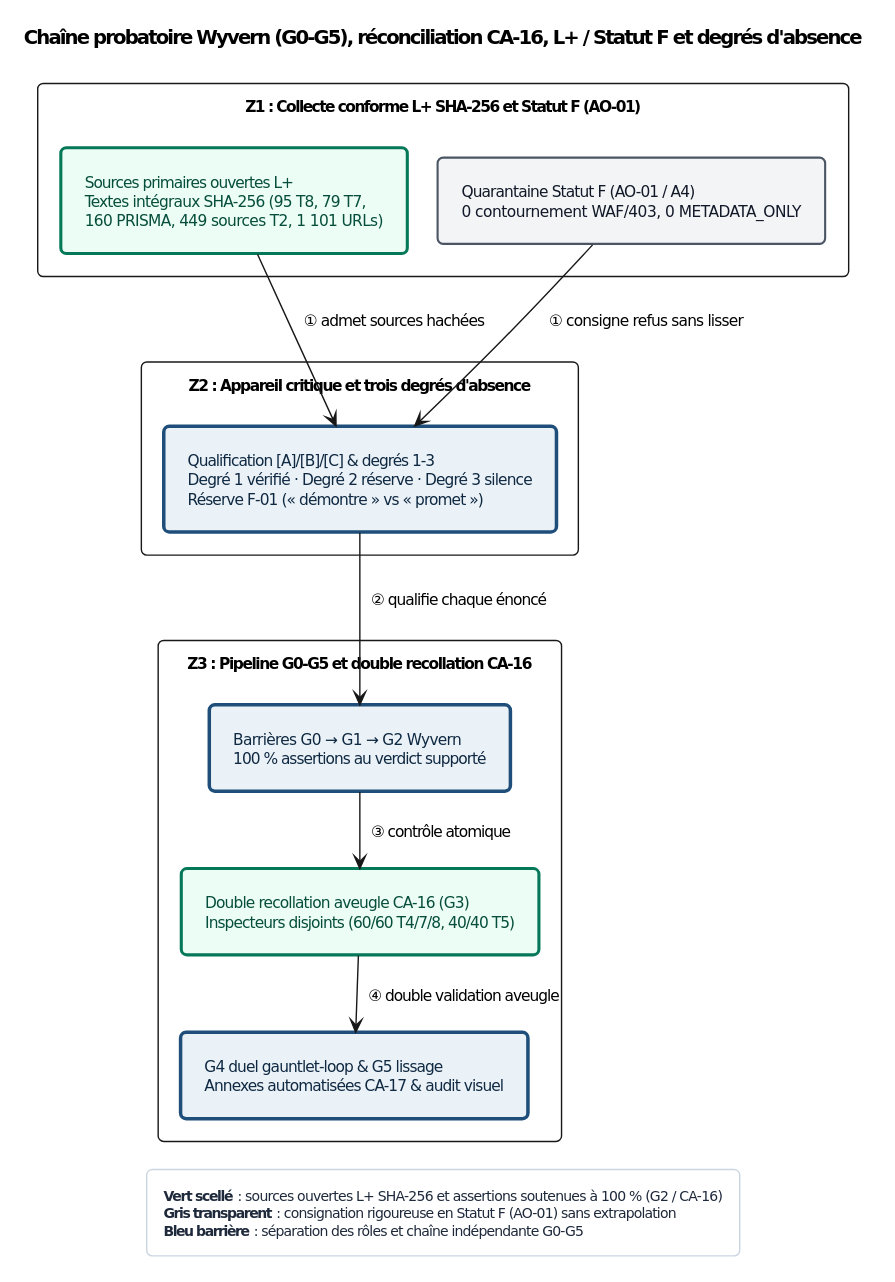
Above: Compendium/ouvrage/schemas/rendus/SCH-36-03.svg in agbruneau/Agentique (PlantUML), before the change.
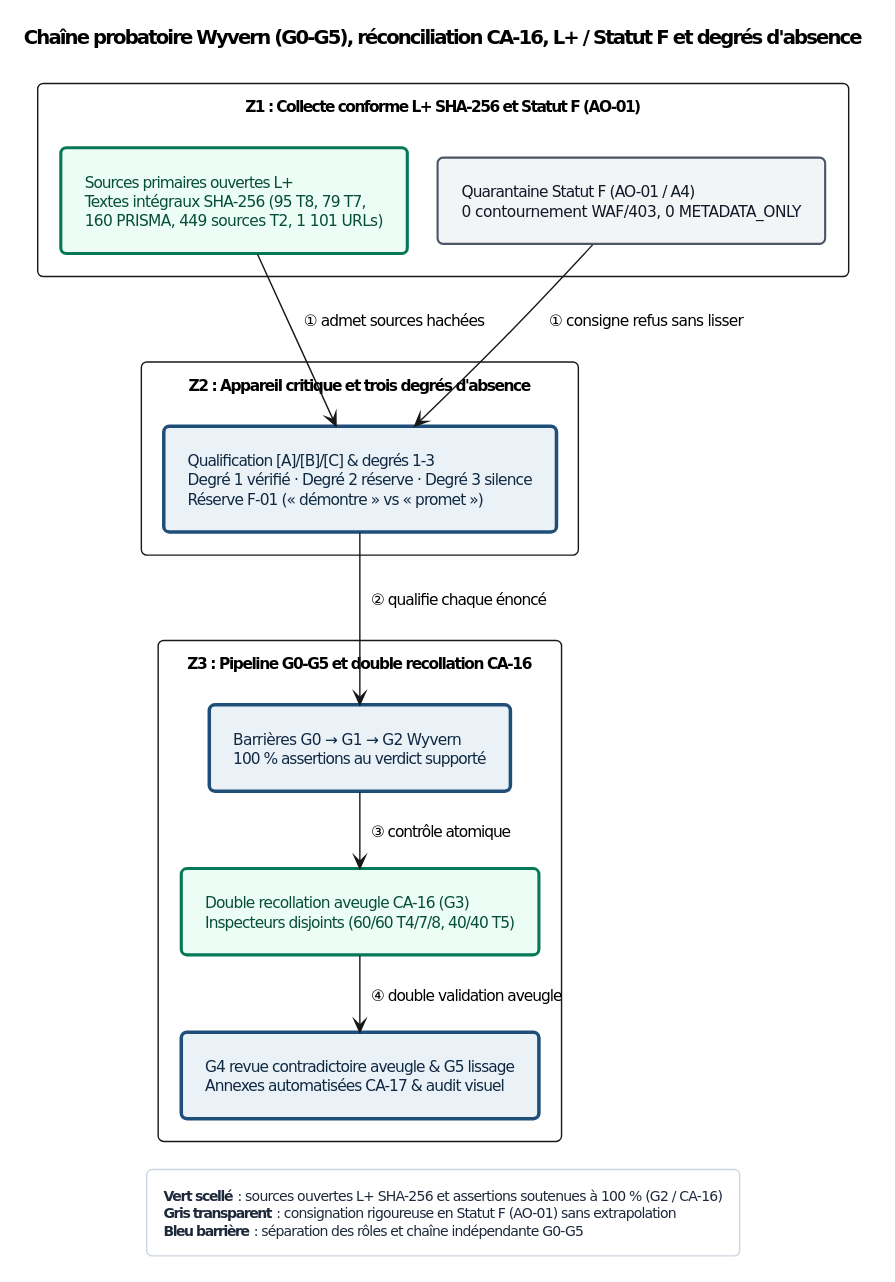
The same diagram one commit later.

Change to the diagram source:
```diff
@@ -69,7 +69,7 @@
 package "Z3 : Pipeline G0-G5 et double recollation CA-16" {
   rectangle "Barrières G0 → G1 → G2 Wyvern\n100 % assertions au verdict supporté" as G02 <<det>>
   rectangle "Double recollation aveugle CA-16 (G3)\nInspecteurs disjoints (60/60 T4/7/8, 40/40 T5)" as CA16 <<ok>>
-  rectangle "G4 duel gauntlet-loop & G5 lissage\nAnnexes automatisées CA-17 & audit visuel" as G45 <<det>>
+  rectangle "G4 revue contradictoire aveugle & G5 lissage\nAnnexes automatisées CA-17 & audit visuel" as G45 <<det>>
 }
 LPLUS --> DEGR : ① admet sources hachées
 STATF --> DEGR : ① consigne refus sans lisser
```
